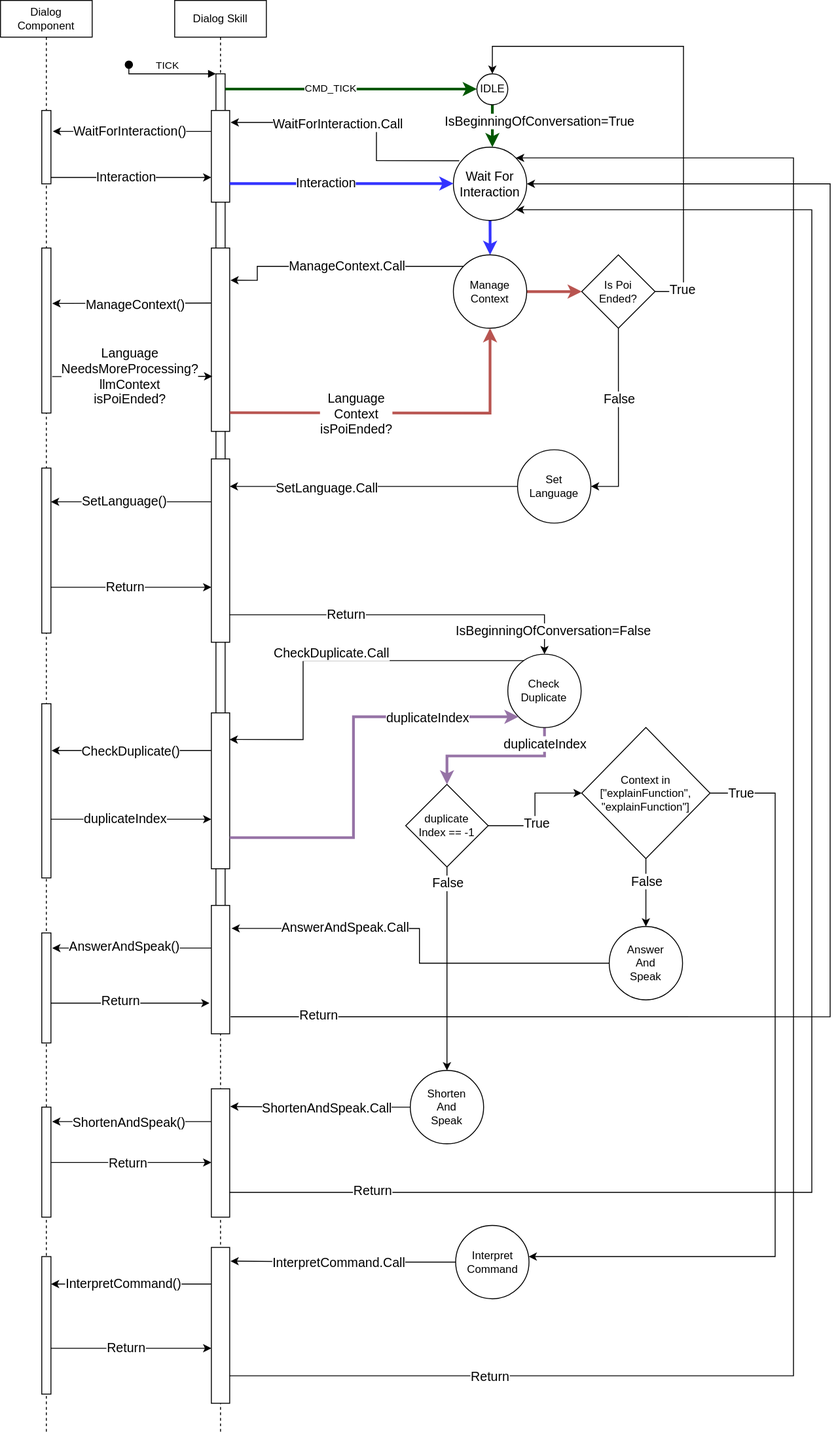
convince-project/UC3 keeps this draw.io diagram as src/skills/dialog_skill/images/SequenceDiagram.drawio.svg. Above is the earlier version. Source tidied: cells renumbered, new cells last; positions are measured from the earlier drawing's top-left corner, leaving out a move shared by most shapes.
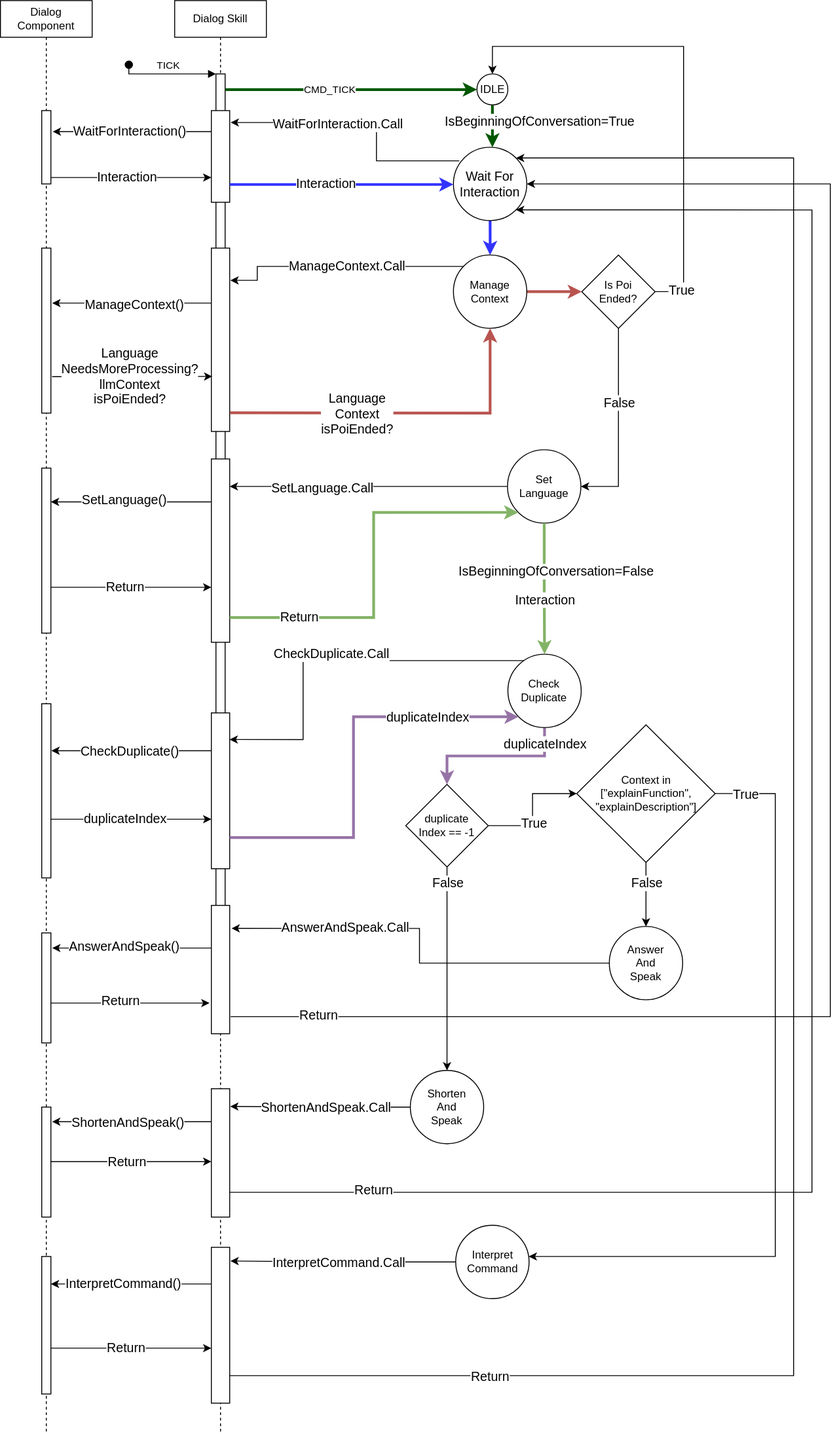
Above is the later version.

Diff of the diagram source:
```diff
@@ -309,7 +309,7 @@
       <mxGeometry x="-0.85" y="3" relative="1" as="geometry" />
     </mxCell>
     <mxCell id="78" value="Set&lt;br&gt;Language" style="ellipse;whiteSpace=wrap;html=1;" parent="1" vertex="1">
-      <mxGeometry x="564" y="490" width="80" height="80" as="geometry" />
+      <mxGeometry x="553" y="490" width="80" height="80" as="geometry" />
     </mxCell>
     <mxCell id="79" style="edgeStyle=orthogonalEdgeStyle;rounded=0;jettySize=auto;html=1;exitX=0;exitY=0.5;exitDx=0;exitDy=0;" parent="1" edge="1" source="78" target="18">
       <mxGeometry relative="1" as="geometry">
@@ -357,23 +357,19 @@
     <mxCell id="86" value="Return" style="edgeLabel;html=1;align=center;verticalAlign=middle;fontSize=14;" parent="85" vertex="1">
       <mxGeometry x="-0.09" y="1" relative="1" as="geometry" />
     </mxCell>
-    <mxCell id="87" style="edgeStyle=elbowEdgeStyle;rounded=0;jettySize=auto;html=1;elbow=vertical;curved=0;entryX=0.5;entryY=0;entryDx=0;entryDy=0;" parent="1" edge="1" source="18" target="48">
+    <mxCell id="87" style="edgeStyle=orthogonalEdgeStyle;rounded=0;jettySize=auto;html=1;elbow=vertical;entryX=0;entryY=1;entryDx=0;entryDy=0;fillColor=#d5e8d4;strokeColor=#82b366;strokeWidth=3;" parent="1" edge="1" source="18" target="78">
       <mxGeometry relative="1" as="geometry">
         <Array as="points">
-          <mxPoint x="400" y="670" />
+          <mxPoint x="407" y="673" />
+          <mxPoint x="407" y="558" />
         </Array>
       </mxGeometry>
     </mxCell>
     <mxCell id="88" value="Return" style="edgeLabel;html=1;align=center;verticalAlign=middle;fontSize=14;" parent="87" vertex="1">
       <mxGeometry x="-0.34" y="1" relative="1" as="geometry">
-        <mxPoint x="-1" as="offset" />
+        <mxPoint x="-66" as="offset" />
       </mxGeometry>
     </mxCell>
-    <mxCell id="89" value="IsBeginningOfConversation=False" style="edgeLabel;html=1;align=center;verticalAlign=middle;fontSize=14;" parent="87" vertex="1">
-      <mxGeometry x="0.71" y="-2" relative="1" as="geometry">
-        <mxPoint x="21" y="15" as="offset" />
-      </mxGeometry>
-    </mxCell>
     <mxCell id="90" style="edgeStyle=orthogonalEdgeStyle;rounded=0;jettySize=auto;html=1;entryX=0.5;entryY=0;entryDx=0;entryDy=0;" parent="1" edge="1" source="94" target="60">
       <mxGeometry relative="1" as="geometry" />
     </mxCell>
@@ -393,8 +389,8 @@
         <mxPoint x="-25" y="2" as="offset" />
       </mxGeometry>
     </mxCell>
-    <mxCell id="94" value="Context in&lt;br&gt;&lt;div&gt;[&quot;explainFunction&quot;,&lt;/div&gt;&lt;div&gt;&quot;explainFunction&quot;]&lt;/div&gt;" style="rhombus;whiteSpace=wrap;html=1;" parent="1" vertex="1">
-      <mxGeometry x="634" y="793" width="140" height="143" as="geometry" />
+    <mxCell id="94" value="Context in&lt;br&gt;&lt;div&gt;[&quot;explainFunction&quot;,&lt;/div&gt;&lt;div&gt;&quot;explainDescription&quot;]&lt;/div&gt;" style="rhombus;whiteSpace=wrap;html=1;" parent="1" vertex="1">
+      <mxGeometry x="628.5" y="790" width="151" height="150" as="geometry" />
     </mxCell>
     <mxCell id="95" value="&lt;div&gt;Interpret&lt;/div&gt;&lt;div&gt;Command&lt;/div&gt;" style="ellipse;whiteSpace=wrap;html=1;" parent="1" vertex="1">
       <mxGeometry x="496.5" y="1336" width="80" height="80" as="geometry" />
@@ -461,5 +457,18 @@
         <mxPoint x="82" y="-57" as="offset" />
       </mxGeometry>
     </mxCell>
+    <mxCell id="108" style="edgeStyle=orthogonalEdgeStyle;rounded=0;jettySize=auto;html=1;entryX=0.5;entryY=0;entryDx=0;entryDy=0;fillColor=#d5e8d4;strokeColor=#82b366;strokeWidth=3;" parent="1" edge="1" source="78" target="48">
+      <mxGeometry relative="1" as="geometry" />
+    </mxCell>
+    <mxCell id="109" value="Interaction" style="edgeLabel;html=1;align=center;verticalAlign=middle;fontSize=14;" parent="108" vertex="1">
+      <mxGeometry x="-0.22" relative="1" as="geometry">
+        <mxPoint y="27" as="offset" />
+      </mxGeometry>
+    </mxCell>
+    <mxCell id="89" value="&lt;font style=&quot;font-size: 14px;&quot;&gt;IsBeginningOfConversation=False&lt;/font&gt;" style="edgeLabel;html=1;align=center;verticalAlign=middle;" parent="108" vertex="1">
+      <mxGeometry x="-0.57" relative="1" as="geometry">
+        <mxPoint x="12" y="22" as="offset" />
+      </mxGeometry>
+    </mxCell>
   </root>
 </mxGraphModel>
```
